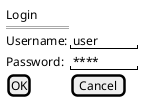
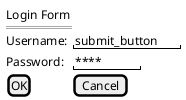
@startsalt
{
-   Login
+   Login Form
  ==
-   Username: | "user    "
+   Username: | "submit_button"
  Password: | "****    "
  [OK] | [Cancel]
}
- submit_button --> auth_service : posts credentials
@endsalt
